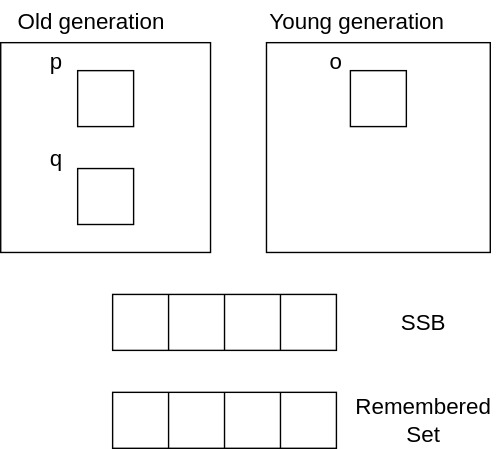
This is assets/img/lecture_materials/GarbageCollection/ch7/question-ssb.drawio.svg from drop-stones/slides, a draw.io export, as it was before one commit. Source tidied: cells renumbered, new cells last; positions are measured from the earlier drawing's top-left corner, leaving out a move shared by most shapes.
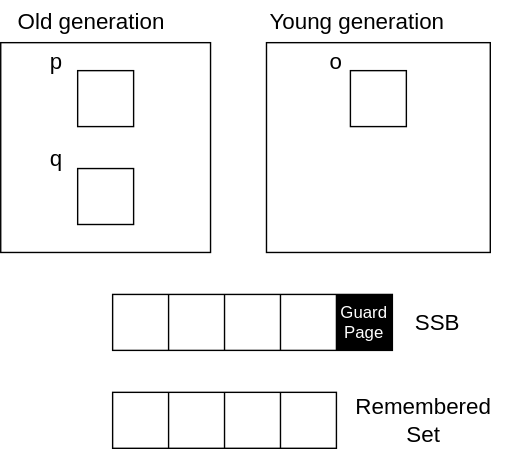
The same diagram one commit later.

What changed in the source:
```diff
@@ -27,10 +27,10 @@
       <mxGeometry x="210" y="30" width="60" height="30" as="geometry" />
     </mxCell>
     <mxCell id="10" style="shape=table;startSize=0;fillColor=none;" parent="1" vertex="1">
-      <mxGeometry x="80" y="210" width="160" height="40" as="geometry" />
+      <mxGeometry x="80" y="210" width="200" height="40" as="geometry" />
     </mxCell>
     <mxCell id="11" style="shape=partialRectangle;fillColor=none;top=0;left=0;bottom=0;right=0;" parent="10" vertex="1">
-      <mxGeometry width="160" height="40" as="geometry" />
+      <mxGeometry width="200" height="40" as="geometry" />
     </mxCell>
     <mxCell id="12" style="shape=partialRectangle;html=1;whiteSpace=wrap;overflow=hidden;fillColor=none;top=0;left=0;bottom=0;right=0;" parent="11" vertex="1">
       <mxGeometry width="40" height="40" as="geometry" />
@@ -44,8 +44,11 @@
     <mxCell id="15" style="shape=partialRectangle;html=1;whiteSpace=wrap;overflow=hidden;fillColor=none;top=0;left=0;bottom=0;right=0;" parent="11" vertex="1">
       <mxGeometry x="120" width="40" height="40" as="geometry" />
     </mxCell>
+    <mxCell id="32" value="&lt;font color=&quot;#ffffff&quot;&gt;Guard&lt;br&gt;Page&lt;/font&gt;" style="shape=partialRectangle;html=1;whiteSpace=wrap;overflow=hidden;fillColor=#000000;top=0;left=0;bottom=0;right=0;" parent="11" vertex="1">
+      <mxGeometry x="160" width="40" height="40" as="geometry" />
+    </mxCell>
     <mxCell id="16" value="&lt;font style=&quot;font-size: 16px&quot;&gt;SSB&lt;/font&gt;" style="text;html=1;strokeColor=none;fillColor=none;align=center;verticalAlign=middle;whiteSpace=wrap;rounded=0;" parent="1" vertex="1">
-      <mxGeometry x="250" y="215" width="105" height="30" as="geometry" />
+      <mxGeometry x="260" y="215" width="105" height="30" as="geometry" />
     </mxCell>
     <mxCell id="17" style="shape=table;startSize=0;fillColor=none;" parent="1" vertex="1">
       <mxGeometry x="55" y="120" width="40" height="40" as="geometry" />
```
